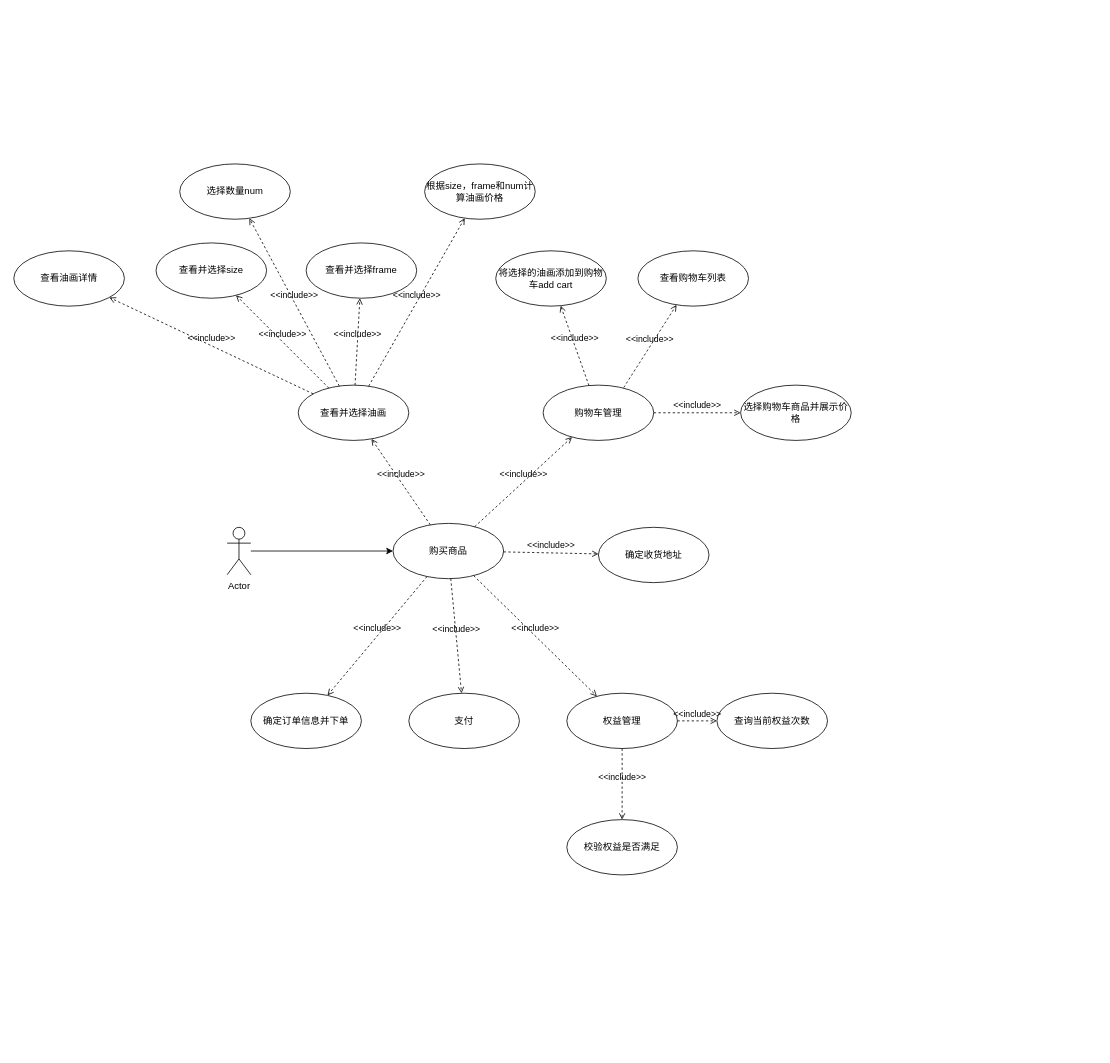
This is aigc订单系统用例图.drawio from milletzhu/datasource, a draw.io file, before an edit. Source tidied: cells renumbered, new cells numbered last; positions are measured from the earlier drawing's top-left corner, leaving out a move shared by most shapes. Both pictures are drawn from the tidied source at 79%, with x=0, y=0 at pixel (13, 164).
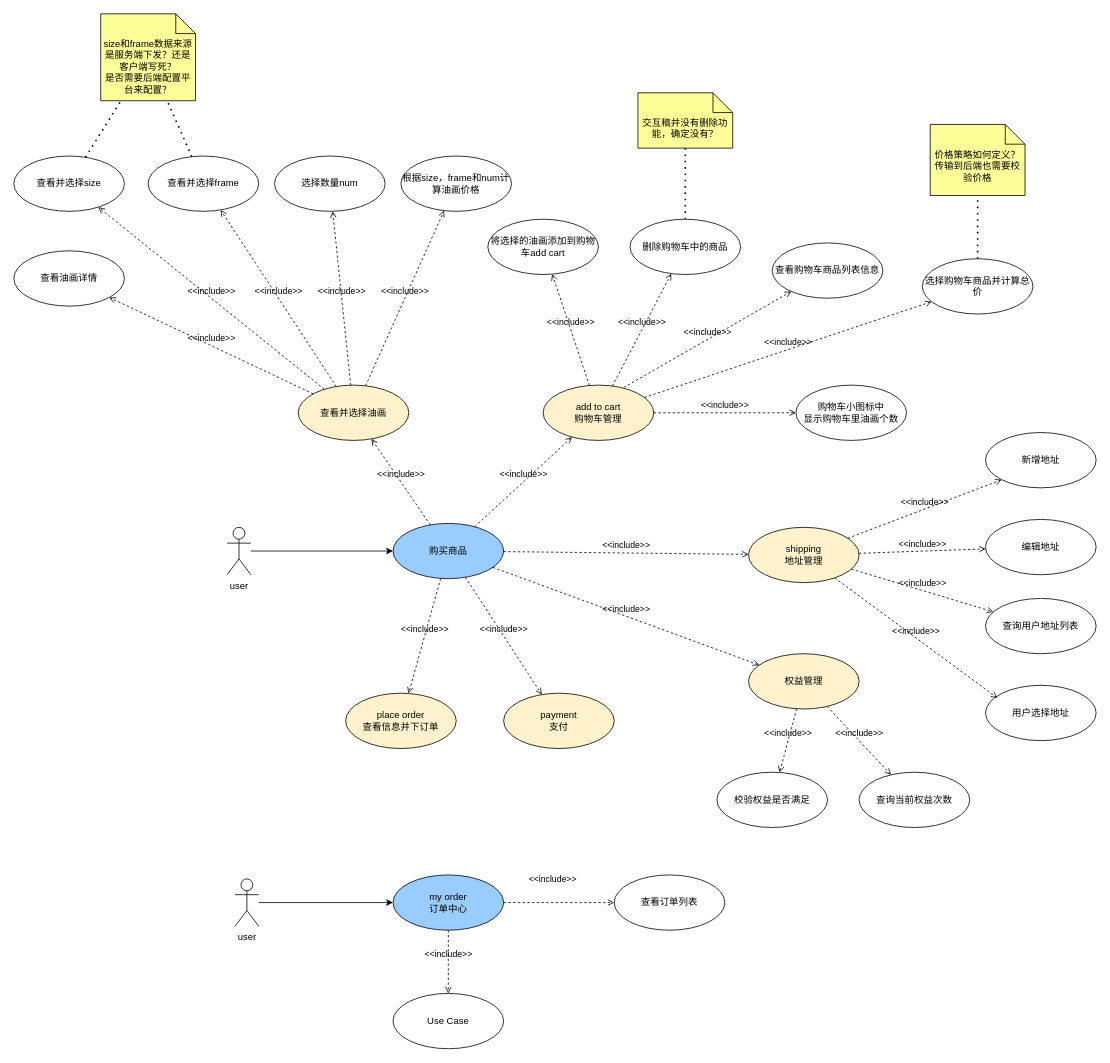
The same page after the edit.

Commit message:
更新aigc订单系统用例图.drawio

Diff of the diagram source:
```diff
@@
-    <mxCell id="3" value="Actor" style="shape=umlActor;verticalLabelPosition=bottom;verticalAlign=top;html=1;" parent="1" vertex="1">
+    <mxCell id="3" value="user" style="shape=umlActor;verticalLabelPosition=bottom;verticalAlign=top;html=1;" parent="1" vertex="1">
       <mxGeometry x="270" y="460" width="30" height="60" as="geometry" />
     </mxCell>
-    <mxCell id="4" value="购买商品" style="ellipse;whiteSpace=wrap;html=1;" parent="1" vertex="1">
+    <mxCell id="4" value="购买商品" style="ellipse;whiteSpace=wrap;html=1;fillColor=#99CCFF;" parent="1" vertex="1">
       <mxGeometry x="480" y="455" width="140" height="70" as="geometry" />
     </mxCell>
-    <mxCell id="5" value="查看并选择油画" style="ellipse;whiteSpace=wrap;html=1;" parent="1" vertex="1">
+    <mxCell id="5" value="查看并选择油画" style="ellipse;whiteSpace=wrap;html=1;fillColor=#FFF2CC;" parent="1" vertex="1">
       <mxGeometry x="360" y="280" width="140" height="70" as="geometry" />
     </mxCell>
-    <mxCell id="6" value="购物车管理" style="ellipse;whiteSpace=wrap;html=1;" parent="1" vertex="1">
+    <mxCell id="6" value="add to cart&lt;br&gt;购物车管理" style="ellipse;whiteSpace=wrap;html=1;fillColor=#FFF2CC;" parent="1" vertex="1">
       <mxGeometry x="670" y="280" width="140" height="70" as="geometry" />
     </mxCell>
-    <mxCell id="7" value="确定收货地址" style="ellipse;whiteSpace=wrap;html=1;" parent="1" vertex="1">
-      <mxGeometry x="740" y="460" width="140" height="70" as="geometry" />
+    <mxCell id="7" value="shipping&lt;br&gt;地址管理" style="ellipse;whiteSpace=wrap;html=1;fillColor=#FFF2CC;" parent="1" vertex="1">
+      <mxGeometry x="930" y="460" width="140" height="70" as="geometry" />
     </mxCell>
@@
-    <mxCell id="11" value="确定订单信息并下单" style="ellipse;whiteSpace=wrap;html=1;" parent="1" vertex="1">
-      <mxGeometry x="300" y="670" width="140" height="70" as="geometry" />
+    <mxCell id="11" value="place order&lt;br&gt;查看信息并下订单" style="ellipse;whiteSpace=wrap;html=1;fillColor=#FFF2CC;" parent="1" vertex="1">
+      <mxGeometry x="420" y="670" width="140" height="70" as="geometry" />
     </mxCell>
@@
-    <mxCell id="13" value="权益管理" style="ellipse;whiteSpace=wrap;html=1;" parent="1" vertex="1">
-      <mxGeometry x="700" y="670" width="140" height="70" as="geometry" />
+    <mxCell id="13" value="权益管理" style="ellipse;whiteSpace=wrap;html=1;fillColor=#FFF2CC;" parent="1" vertex="1">
+      <mxGeometry x="930" y="620" width="140" height="70" as="geometry" />
     </mxCell>
@@
-    <mxCell id="16" value="支付" style="ellipse;whiteSpace=wrap;html=1;" parent="1" vertex="1">
-      <mxGeometry x="500" y="670" width="140" height="70" as="geometry" />
+    <mxCell id="16" value="payment&lt;br&gt;支付" style="ellipse;whiteSpace=wrap;html=1;fillColor=#FFF2CC;" parent="1" vertex="1">
+      <mxGeometry x="620" y="670" width="140" height="70" as="geometry" />
     </mxCell>
@@
     <mxCell id="19" value="查看并选择frame" style="ellipse;whiteSpace=wrap;html=1;" parent="1" vertex="1">
-      <mxGeometry x="370" y="100" width="140" height="70" as="geometry" />
+      <mxGeometry x="170" y="-10" width="140" height="70" as="geometry" />
     </mxCell>
     <mxCell id="20" value="查看并选择size" style="ellipse;whiteSpace=wrap;html=1;" parent="1" vertex="1">
-      <mxGeometry x="180" y="100" width="140" height="70" as="geometry" />
+      <mxGeometry y="-10" width="140" height="70" as="geometry" />
     </mxCell>
@@
     <mxCell id="24" value="选择数量num" style="ellipse;whiteSpace=wrap;html=1;" parent="1" vertex="1">
-      <mxGeometry x="210" width="140" height="70" as="geometry" />
+      <mxGeometry x="330" y="-10" width="140" height="70" as="geometry" />
     </mxCell>
     <mxCell id="25" value="根据size，frame和num计算油画价格" style="ellipse;whiteSpace=wrap;html=1;" parent="1" vertex="1">
-      <mxGeometry x="520" width="140" height="70" as="geometry" />
+      <mxGeometry x="490" y="-10" width="140" height="70" as="geometry" />
     </mxCell>
@@
     <mxCell id="27" value="将选择的油画添加到购物车add cart" style="ellipse;whiteSpace=wrap;html=1;" parent="1" vertex="1">
-      <mxGeometry x="610" y="110" width="140" height="70" as="geometry" />
+      <mxGeometry x="600" y="70" width="140" height="70" as="geometry" />
     </mxCell>
@@
-    <mxCell id="29" value="查看购物车列表" style="ellipse;whiteSpace=wrap;html=1;" parent="1" vertex="1">
-      <mxGeometry x="790" y="110" width="140" height="70" as="geometry" />
+    <mxCell id="29" value="查看购物车商品列表信息" style="ellipse;whiteSpace=wrap;html=1;" parent="1" vertex="1">
+      <mxGeometry x="960" y="100" width="140" height="70" as="geometry" />
     </mxCell>
@@
     <mxCell id="31" value="查询当前权益次数" style="ellipse;whiteSpace=wrap;html=1;" parent="1" vertex="1">
-      <mxGeometry x="890" y="670" width="140" height="70" as="geometry" />
+      <mxGeometry x="1070" y="770" width="140" height="70" as="geometry" />
     </mxCell>
@@
     <mxCell id="33" value="校验权益是否满足" style="ellipse;whiteSpace=wrap;html=1;" parent="1" vertex="1">
-      <mxGeometry x="700" y="830" width="140" height="70" as="geometry" />
+      <mxGeometry x="890" y="770" width="140" height="70" as="geometry" />
     </mxCell>
@@
-    <mxCell id="35" value="选择购物车商品并展示价格" style="ellipse;whiteSpace=wrap;html=1;" parent="1" vertex="1">
-      <mxGeometry x="920" y="280" width="140" height="70" as="geometry" />
+    <mxCell id="35" value="选择购物车商品并计算总价" style="ellipse;whiteSpace=wrap;html=1;" parent="1" vertex="1">
+      <mxGeometry x="1150" y="120" width="140" height="70" as="geometry" />
     </mxCell>
@@
+    <mxCell id="37" value="购物车小图标中&lt;br&gt;显示购物车里油画个数" style="ellipse;whiteSpace=wrap;html=1;" parent="1" vertex="1">
+      <mxGeometry x="990" y="280" width="140" height="70" as="geometry" />
+    </mxCell>
+    <mxCell id="38" value="&amp;lt;&amp;lt;include&amp;gt;&amp;gt;" style="html=1;verticalAlign=bottom;labelBackgroundColor=none;endArrow=open;endFill=0;dashed=1;rounded=0;" parent="1" edge="1" source="6" target="37">
+      <mxGeometry relative="1" as="geometry" />
+    </mxCell>
+    <mxCell id="39" value="新增地址" style="ellipse;whiteSpace=wrap;html=1;" parent="1" vertex="1">
+      <mxGeometry x="1230" y="340" width="140" height="70" as="geometry" />
+    </mxCell>
+    <mxCell id="40" value="编辑地址" style="ellipse;whiteSpace=wrap;html=1;" parent="1" vertex="1">
+      <mxGeometry x="1230" y="450" width="140" height="70" as="geometry" />
+    </mxCell>
+    <mxCell id="41" value="查询用户地址列表" style="ellipse;whiteSpace=wrap;html=1;" parent="1" vertex="1">
+      <mxGeometry x="1230" y="550" width="140" height="70" as="geometry" />
+    </mxCell>
+    <mxCell id="42" value="用户选择地址" style="ellipse;whiteSpace=wrap;html=1;" parent="1" vertex="1">
+      <mxGeometry x="1230" y="660" width="140" height="70" as="geometry" />
+    </mxCell>
+    <mxCell id="43" value="&amp;lt;&amp;lt;include&amp;gt;&amp;gt;" style="html=1;verticalAlign=bottom;labelBackgroundColor=none;endArrow=open;endFill=0;dashed=1;rounded=0;entryX=0;entryY=1;entryDx=0;entryDy=0;" parent="1" edge="1" source="7" target="39">
+      <mxGeometry relative="1" as="geometry" />
+    </mxCell>
+    <mxCell id="44" value="&amp;lt;&amp;lt;include&amp;gt;&amp;gt;" style="html=1;verticalAlign=bottom;labelBackgroundColor=none;endArrow=open;endFill=0;dashed=1;rounded=0;" parent="1" edge="1" source="7" target="40">
+      <mxGeometry relative="1" as="geometry" />
+    </mxCell>
+    <mxCell id="45" value="&amp;lt;&amp;lt;include&amp;gt;&amp;gt;" style="html=1;verticalAlign=bottom;labelBackgroundColor=none;endArrow=open;endFill=0;dashed=1;rounded=0;" parent="1" edge="1" source="7" target="41">
+      <mxGeometry relative="1" as="geometry" />
+    </mxCell>
+    <mxCell id="46" value="&amp;lt;&amp;lt;include&amp;gt;&amp;gt;" style="html=1;verticalAlign=bottom;labelBackgroundColor=none;endArrow=open;endFill=0;dashed=1;rounded=0;entryX=0.107;entryY=0.229;entryDx=0;entryDy=0;entryPerimeter=0;" parent="1" edge="1" source="7" target="42">
+      <mxGeometry relative="1" as="geometry" />
+    </mxCell>
+    <mxCell id="47" style="edgeStyle=orthogonalEdgeStyle;rounded=0;jettySize=auto;html=1;" parent="1" edge="1" source="48" target="49">
+      <mxGeometry relative="1" as="geometry" />
+    </mxCell>
+    <mxCell id="48" value="user" style="shape=umlActor;verticalLabelPosition=bottom;verticalAlign=top;html=1;" parent="1" vertex="1">
+      <mxGeometry x="280" y="905" width="30" height="60" as="geometry" />
+    </mxCell>
+    <mxCell id="49" value="my order&lt;br&gt;订单中心" style="ellipse;whiteSpace=wrap;html=1;fillColor=#99CCFF;" parent="1" vertex="1">
+      <mxGeometry x="480" y="900" width="140" height="70" as="geometry" />
+    </mxCell>
+    <mxCell id="50" value="查看订单列表" style="ellipse;whiteSpace=wrap;html=1;" parent="1" vertex="1">
+      <mxGeometry x="760" y="900" width="140" height="70" as="geometry" />
+    </mxCell>
+    <mxCell id="51" value="Use Case" style="ellipse;whiteSpace=wrap;html=1;" parent="1" vertex="1">
+      <mxGeometry x="480" y="1050" width="140" height="70" as="geometry" />
+    </mxCell>
+    <mxCell id="52" value="&amp;lt;&amp;lt;include&amp;gt;&amp;gt;" style="html=1;verticalAlign=bottom;labelBackgroundColor=none;endArrow=open;endFill=0;dashed=1;rounded=0;" parent="1" edge="1" source="49" target="50">
+      <mxGeometry x="-0.12" y="20" relative="1" as="geometry" />
+    </mxCell>
+    <mxCell id="53" value="&amp;lt;&amp;lt;include&amp;gt;&amp;gt;" style="html=1;verticalAlign=bottom;labelBackgroundColor=none;endArrow=open;endFill=0;dashed=1;rounded=0;" parent="1" edge="1" source="49" target="51">
+      <mxGeometry relative="1" as="geometry" />
+    </mxCell>
+    <mxCell id="54" value="价格策略如何定义？&lt;br&gt;传输到后端也需要校验价格" style="shape=note2;boundedLbl=1;whiteSpace=wrap;html=1;size=25;verticalAlign=top;align=center;fillColor=#FFFF99;" parent="1" vertex="1">
+      <mxGeometry x="1160" y="-50" width="120" height="90" as="geometry" />
+    </mxCell>
+    <mxCell id="55" style="endArrow=none;dashed=1;html=1;dashPattern=1 3;strokeWidth=2;rounded=0;" parent="1" edge="1" source="35" target="54">
+      <mxGeometry relative="1" as="geometry" />
+    </mxCell>
+    <mxCell id="56" value="size和frame数据来源是服务端下发？还是客户端写死？&lt;br&gt;是否需要后端配置平台来配置？" style="shape=note2;boundedLbl=1;whiteSpace=wrap;html=1;size=25;verticalAlign=top;align=center;fillColor=#FFFF99;" parent="1" vertex="1">
+      <mxGeometry x="110" y="-190" width="120" height="110" as="geometry" />
+    </mxCell>
+    <mxCell id="57" style="endArrow=none;dashed=1;html=1;dashPattern=1 3;strokeWidth=2;rounded=0;" parent="1" edge="1" source="19" target="56">
+      <mxGeometry relative="1" as="geometry" />
+    </mxCell>
+    <mxCell id="58" style="endArrow=none;dashed=1;html=1;dashPattern=1 3;strokeWidth=2;rounded=0;" parent="1" edge="1" source="20" target="56">
+      <mxGeometry relative="1" as="geometry" />
+    </mxCell>
+    <mxCell id="59" value="删除购物车中的商品" style="ellipse;whiteSpace=wrap;html=1;" parent="1" vertex="1">
+      <mxGeometry x="780" y="70" width="140" height="70" as="geometry" />
+    </mxCell>
+    <mxCell id="60" value="&amp;lt;&amp;lt;include&amp;gt;&amp;gt;" style="html=1;verticalAlign=bottom;labelBackgroundColor=none;endArrow=open;endFill=0;dashed=1;rounded=0;" parent="1" edge="1" source="6" target="59">
+      <mxGeometry relative="1" as="geometry" />
+    </mxCell>
+    <mxCell id="61" value="交互稿并没有删除功能，确定没有？" style="shape=note2;boundedLbl=1;whiteSpace=wrap;html=1;size=25;verticalAlign=top;align=center;fillColor=#FFFF99;" parent="1" vertex="1">
+      <mxGeometry x="790" y="-90" width="120" height="70" as="geometry" />
+    </mxCell>
+    <mxCell id="62" style="endArrow=none;dashed=1;html=1;dashPattern=1 3;strokeWidth=2;rounded=0;exitX=0.5;exitY=0;exitDx=0;exitDy=0;" parent="1" edge="1" source="59" target="61">
+      <mxGeometry relative="1" as="geometry" />
+    </mxCell>
```
